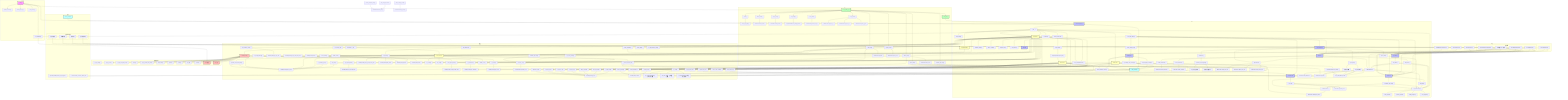
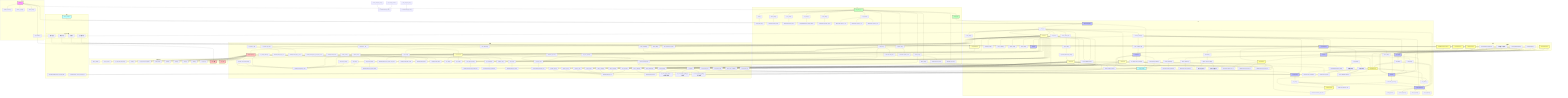
flowchart TD
    subgraph 主入口
        main["main()"] --> init_database["init_database()"]
        main --> register_services["register_services()"]
        main --> handle_cli_args["handle_cli_args()"]
        main --> show_menu["show_menu()"]
    end

    subgraph GUI
        VMTOOLPyQtApp["VMTOOLPyQtApp"] --> __init__["__init__()"]
        __init__ --> load_config["load_config()"]
        __init__ --> create_menu_bar["create_menu_bar()"]
        __init__ --> init_database
        __init__ --> DictService
        __init__ --> WeightCalculator
        __init__ --> FilterService
        __init__ --> StatsService
        __init__ --> set_theme["set_theme()"]
        __init__ --> create_tab_widget["create_tab_widget()"]
        __init__ --> ProgressBarWidget["ProgressBarWidget"]

        create_menu_bar --> import_data["import_data()"]
        create_menu_bar --> export_data["export_data()"]
        create_menu_bar --> calculate_weight["calculate_weight()"]
        create_menu_bar --> detect_conflicts["detect_conflicts()"]
        create_menu_bar --> migrate_data["migrate_data()"]
        create_menu_bar --> show_about["show_about()"]

        import_data --> ImportExportTab.import_data["ImportExportTab.import_data()"]
        export_data --> ImportExportTab.export_data["ImportExportTab.export_data()"]

        create_tab_widget --> CharsTab["CharsTab"]
        create_tab_widget --> SpecialTab["SpecialTab"]
        create_tab_widget --> WordsTab["WordsTab"]
        create_tab_widget --> StatsTab["StatsTab"]
        create_tab_widget --> ImportExportTab["ImportExportTab"]
        create_tab_widget --> CodeRulesTab["CodeRulesTab"]
        create_tab_widget --> create_settings_tab["create_settings_tab()"]
        create_settings_tab --> SettingsTab["SettingsTab"]

        SettingsTab --> on_settings_order_changed["on_settings_order_changed()"]
        SettingsTab --> reload_settings_content["reload_settings_content()"]
        SettingsTab --> load_language_settings["load_language_settings()"]
        on_settings_order_changed --> config_manager
        on_settings_order_changed --> reload_settings_content
        load_language_settings --> config_manager

        CharsTab --> search_characters_gui["search_characters()"]
        search_characters_gui --> DictService.search_characters

        CharsTab --> delete_character_gui["delete_character()"]
        delete_character_gui --> DictService.delete_character

        CharsTab --> add_batch_gui["add_batch()"]
        add_batch_gui --> AddBatchThread["AddBatchThread"]
        AddBatchThread --> DictService.add_characters
        add_batch_gui --> ProgressBarWidget

        SpecialTab --> add_special_batch_gui["add_batch()"]
        add_special_batch_gui --> AddBatchThread
        AddBatchThread --> DictService.add_words
        add_special_batch_gui --> ProgressBarWidget

        WordsTab --> add_batch_words_gui["add_batch()"]
        add_batch_words_gui --> AddBatchThread
        AddBatchThread --> DictService.add_words
        add_batch_words_gui --> ProgressBarWidget

        WordsTab --> recalculate_all_codes_gui["recalculate_all_codes()"]
        recalculate_all_codes_gui --> CalculateThread["CalculateThread"]
        CalculateThread --> DictService.calculate_all_codes
        recalculate_all_codes_gui --> ProgressBarWidget

        ImportExportTab --> showEvent["showEvent()"]
        showEvent --> update_export_full_path["update_export_full_path()"]
        update_export_full_path --> split_export_paths["分表导出路径显示"]
        update_export_full_path --> normal_export_paths["普通导出路径显示"]

        ImportExportTab --> import_data_gui["import_data()"]
        import_data_gui --> ImportThread["ImportThread"]
        ImportThread --> FilterService.import_from_txt
        ImportThread --> FilterService.import_from_csv
        ImportThread --> FilterService.import_from_json
        import_data_gui --> ProgressBarWidget

        ImportExportTab --> export_data_gui["export_data()"]
        export_data_gui --> split_export["分表导出逻辑"]
        split_export --> DictService.export_data["export_data(table=words)"]
        split_export --> DictService.export_data["export_data(table=chars)"]
        split_export --> DictService.export_data["export_data(table=special)"]
        export_data_gui --> normal_export["普通导出逻辑"]
        normal_export --> DictService.export_data

        CodeRulesTab --> test_rule["test_rule()"]
        test_rule --> DictService.generate_code
        test_rule --> ProgressBarWidget

        ProgressBarWidget --> start_progress["start_progress()"]
        ProgressBarWidget --> update_progress["update_progress()"]
        ProgressBarWidget --> finish_progress["finish_progress()"]
        ProgressBarWidget --> error_progress["error_progress()"]
    end

    subgraph 线程
        BaseBatchThread["BaseBatchThread"] --> AddBatchThread["AddBatchThread"]
        AddBatchThread --> WordsTab
        AddBatchThread --> CharsTab
        ImportThread["ImportThread"] --> ImportExportTab
        CalculateThread["CalculateThread"] --> WordsTab
        DeleteTableThread["DeleteTableThread"] --> SettingsTab
        SetAllManualToFalseThread["SetAllManualToFalseThread"] --> SettingsTab
        RefreshDataThread["RefreshDataThread"] --> WordsTab
        RefreshDataThread --> CharsTab
        RefreshDataThread --> SpecialTab

        subgraph 性能优化
            BlockSignals["blockSignals(True)"] --> WordsTab
            BlockSignals --> CharsTab
            BlockSignals --> SpecialTab
            DisableSorting["setSortingEnabled(False)"] --> WordsTab
            DisableSorting --> CharsTab
            DisableSorting --> SpecialTab
            BatchUpdate["分批更新(1000条/批)"] --> WordsTab
            BatchUpdate --> CharsTab
            BatchUpdate --> SpecialTab
            DataRole["Qt.ItemDataRole.DisplayRole"] --> WordsTab
            DataRole --> CharsTab
            DataRole --> SpecialTab
        end
    end

    subgraph CLI
        CLI_Main["cli/__main__.py"] --> main_cli["main()"]
        main_cli --> show_typer_help["show_typer_help()"]

        CLI_Main --> add_word["add_word()"]
        CLI_Main --> delete_word["delete_word()"]
        CLI_Main --> delete_batch["delete_batch()"]
        CLI_Main --> query_word["query_word()"]
        CLI_Main --> set_weight["set_weight()"]
        CLI_Main --> replace_code["replace_code()"]
        CLI_Main --> calculate_all_codes_cli["calculate_all_codes()"]
        CLI_Main --> show_stats["show_stats()"]
        CLI_Main --> import_data_cli["import_data()"]
        CLI_Main --> export_data_cli["export_data()"]
        CLI_Main --> start_gui["start_gui()"]

        add_word --> DictService.add_word
        delete_word --> DictService.delete_word
        delete_batch --> DictService.delete_words
        query_word --> DictService.search_words
        set_weight --> WeightCalculator.set_weight_directly
        replace_code --> DictService.replace_code
        calculate_all_codes_cli --> DictService.calculate_all_codes
        show_stats --> StatsService.generate_report
        import_data_cli --> DictService.add_words
        import_data_cli --> FilterService.import_from_txt
        import_data_cli --> FilterService.import_from_csv
        import_data_cli --> FilterService.import_from_json
        export_data_cli --> FilterService.export_to_txt
        export_data_cli --> FilterService.export_to_csv
        export_data_cli --> FilterService.export_to_json
        start_gui --> VMTOOLPyQtApp
    end

    subgraph 服务层
        DictService["DictService"] --> __init__["__init__()"]
        DictService.__init__ --> WordRepository
        DictService.__init__ --> CodeGenerator

        DictService --> get_word["get_word()"]
        get_word --> WordRepository.get_by_word

        DictService --> get_word_by_text["get_word_by_text()"]
        get_word_by_text --> WordRepository.get_by_word

        DictService --> get_word_by_id["get_word_by_id()"]
+         get_word_by_id --> WordRepository.get_by_id

        DictService --> get_words_by_code["get_words_by_code()"]
        get_words_by_code --> WordRepository.get_by_code

        DictService --> get_special_chars["get_special_chars()"]
        get_special_chars --> WordRepository.get_special_chars

        DictService --> count_special_chars["count_special_chars()"]
        count_special_chars --> WordRepository.count_special_chars

        DictService --> get_characters["get_characters()"]
        get_characters --> WordRepository.get_characters

        DictService --> get_words["get_words()"]
        get_words --> WordRepository.get_words

        DictService --> add_word["add_word()"]
        add_word --> generate_code["generate_code()"]
        generate_code --> CodeGenerator.generate_code
        add_word --> WordRepository.get_by_word_and_code
        add_word --> WordRepository.create

        DictService --> add_words["add_words()"]
        add_words --> generate_code
        add_words --> WordRepository.get_by_word_code_pairs
        add_words --> WordRepository.bulk_create

        DictService --> add_characters["add_characters()"]
        add_characters --> add_words

        DictService --> update_word["update_word()"]
        update_word --> WordRepository.get_by_word
        update_word --> WordRepository.update

        DictService --> delete_word["delete_word()"]
        delete_word --> WordRepository.get_by_word
        delete_word --> WordRepository.delete

        DictService --> delete_words["delete_words()"]
        delete_words --> WordRepository.get_by_word
        delete_words --> WordRepository.delete

        DictService --> delete_character["delete_character()"]
        delete_character --> delete_word

        DictService --> delete_table["delete_table()"]
        DictService --> set_all_manual_to_false["set_all_manual_to_false()"]

        DictService --> replace_code["replace_code()"]
        replace_code --> update_word

        DictService --> get_all_words["get_all_words()"]
        get_all_words --> WordRepository.get_all

        DictService --> search_words["search_words()"]
        search_words --> WordRepository.search

        DictService --> search_characters["search_characters()"]
        search_characters --> WordRepository.search

        DictService --> get_code_preview["get_code_preview()"]
        get_code_preview --> generate_code

        DictService --> calculate_all_codes["calculate_all_codes()"]
        calculate_all_codes --> generate_code

        DictService --> export_data["export_data(table=None)"]
        export_data --> WordRepository.get_all
        export_data --> WordRepository.get_words
        export_data --> WordRepository.get_characters
        export_data --> WordRepository.get_special_chars

        WeightCalculator["WeightCalculator"] --> set_weight_directly["set_weight_directly()"]
        set_weight_directly --> WordRepository.get_by_word
        set_weight_directly --> WordRepository.update

        FilterService["FilterService"] --> filter_by_length["filter_by_length()"]
        filter_by_length --> WordRepository.get_all

        FilterService --> filter_by_weight["filter_by_weight()"]
        filter_by_weight --> WordRepository.get_all

        FilterService --> filter_by_pattern["filter_by_pattern()"]
        filter_by_pattern --> WordRepository.search

        FilterService --> import_from_txt["import_from_txt()"]
        import_from_txt --> DictService.add_words

        FilterService --> import_from_csv["import_from_csv()"]
        import_from_csv --> DictService.add_words

        FilterService --> import_from_json["import_from_json()"]
        import_from_json --> DictService.add_words

        FilterService --> export_to_txt["export_to_txt()"]
        export_to_txt --> WordRepository.get_all

        FilterService --> export_to_csv["export_to_csv()"]
        export_to_csv --> WordRepository.get_all

        FilterService --> export_to_json["export_to_json()"]
        export_to_json --> WordRepository.get_all

        StatsService["StatsService"] --> get_stats["get_stats()"]
        StatsService --> get_word_length_stats["get_word_length_stats() - 只统计词表数据"]
        StatsService --> get_code_stats["get_code_stats() - 只统计词表数据"]
        StatsService --> get_weight_stats["get_weight_stats() - 只统计词表数据"]
        StatsService --> detect_code_conflicts["detect_code_conflicts()"]
        StatsService --> generate_report["generate_report()"]
        get_stats --> get_word_length_stats
        get_stats --> get_code_stats
        get_stats --> get_weight_stats
        generate_report --> WordRepository.get_all

        CodeGenerator["CodeGenerator"] --> set_config["set_config()"]
        CodeGenerator --> get_config["get_config()"]
        CodeGenerator --> generate_code_from_chars["generate_code_from_chars()"]
        generate_code_from_chars --> WordRepository.get_by_word
        CodeGenerator --> _execute_custom_rule["_execute_custom_rule()"]
        _execute_custom_rule --> config_manager
        CodeGenerator --> validate_code["validate_code()"]
    end

    subgraph 数据访问层
        WordRepository["WordRepository"] --> get_by_word["get_by_word()"]
        WordRepository --> get_by_code["get_by_code()"]
        WordRepository --> get_special_chars["get_special_chars()"]
        WordRepository --> count_special_chars["count_special_chars()"]
        WordRepository --> get_characters["get_characters()"]
        WordRepository --> get_words["get_words()"]
        WordRepository --> get_by_word_and_code["get_by_word_and_code()"]
        WordRepository --> create["create()"]
        WordRepository --> get_by_word_code_pairs["get_by_word_code_pairs()"]
        WordRepository --> bulk_create["bulk_create()"]
        WordRepository --> update["update()"]
        WordRepository --> delete["delete()"]
        WordRepository --> get_all["get_all()"]
        WordRepository --> search["search()"]
+         WordRepository --> get_by_id["get_by_id()"]

        WordRepository --> Word["Word模型"]
        WordRepository --> get_db["get_db()"]
        init_database --> Word
    end

    subgraph 核心
        config_manager["config_manager"] --> VMTOOLPyQtApp
        config_manager --> CodeRulesTab
        config_manager --> ImportExportTab.update_export_full_path
        config_manager --> SettingsTab
        config_manager --> CodeGenerator._execute_custom_rule
        theme_manager["theme_manager"] --> VMTOOLPyQtApp

        subgraph 性能优化机制
            SignalBlocking["信号阻塞机制"] --> BlockSignals
            SortOptimization["排序优化"] --> DisableSorting
            BatchProcessing["批处理机制"] --> BatchUpdate
            RoleBasedData["角色化数据"] --> DataRole
        end
    end

    main --> CLI_Main
    main --> VMTOOLPyQtApp
    test_rule --> DictService.generate_code
    set_codegen_custom --> CodeGenerator.set_config
    save_codegen_config --> CodeGenerator.get_config
    restore_codegen_config --> CodeGenerator.set_config
    generate_code_from_chars --> WordRepository.get_by_word
    _execute_custom_rule --> config_manager
    ImportExportTab.export_data --> DictService.export_data
    ImportExportTab.import_data --> FilterService

    classDef main fill:#f9f,stroke:#333,stroke-width:2px;
    classDef gui fill:#bbf,stroke:#333,stroke-width:2px;
    classDef cli fill:#bfb,stroke:#333,stroke-width:2px;
    classDef service fill:#ffb,stroke:#333,stroke-width:2px;
    classDef dal fill:#fbb,stroke:#333,stroke-width:2px;
    classDef core fill:#bff,stroke:#333,stroke-width:2px;
+     classDef thread fill:#ff9,stroke:#333,stroke-width:2px;

    class main main;
-     class VMTOOLPyQtApp,CharsTab,SpecialTab,WordsTab,StatsTab,ImportExportTab,CodeRulesTab,SettingsTab gui;
+     class VMTOOLPyQtApp,CharsTab,SpecialTab,WordsTab,StatsTab,ImportExportTab,CodeRulesTab,SettingsTab,ProgressBarWidget gui;
    class CLI_Main,start_gui cli;
    class DictService,WeightCalculator,FilterService,StatsService,CodeGenerator service;
-     class WordRepository,Word,get_db,dal dal;
+     class WordRepository,Word,get_db dal;
    class config_manager,theme_manager core;
+     class BaseBatchThread,AddBatchThread,ImportThread,CalculateThread,DeleteTableThread,SetAllManualToFalseThread,RefreshDataThread thread;